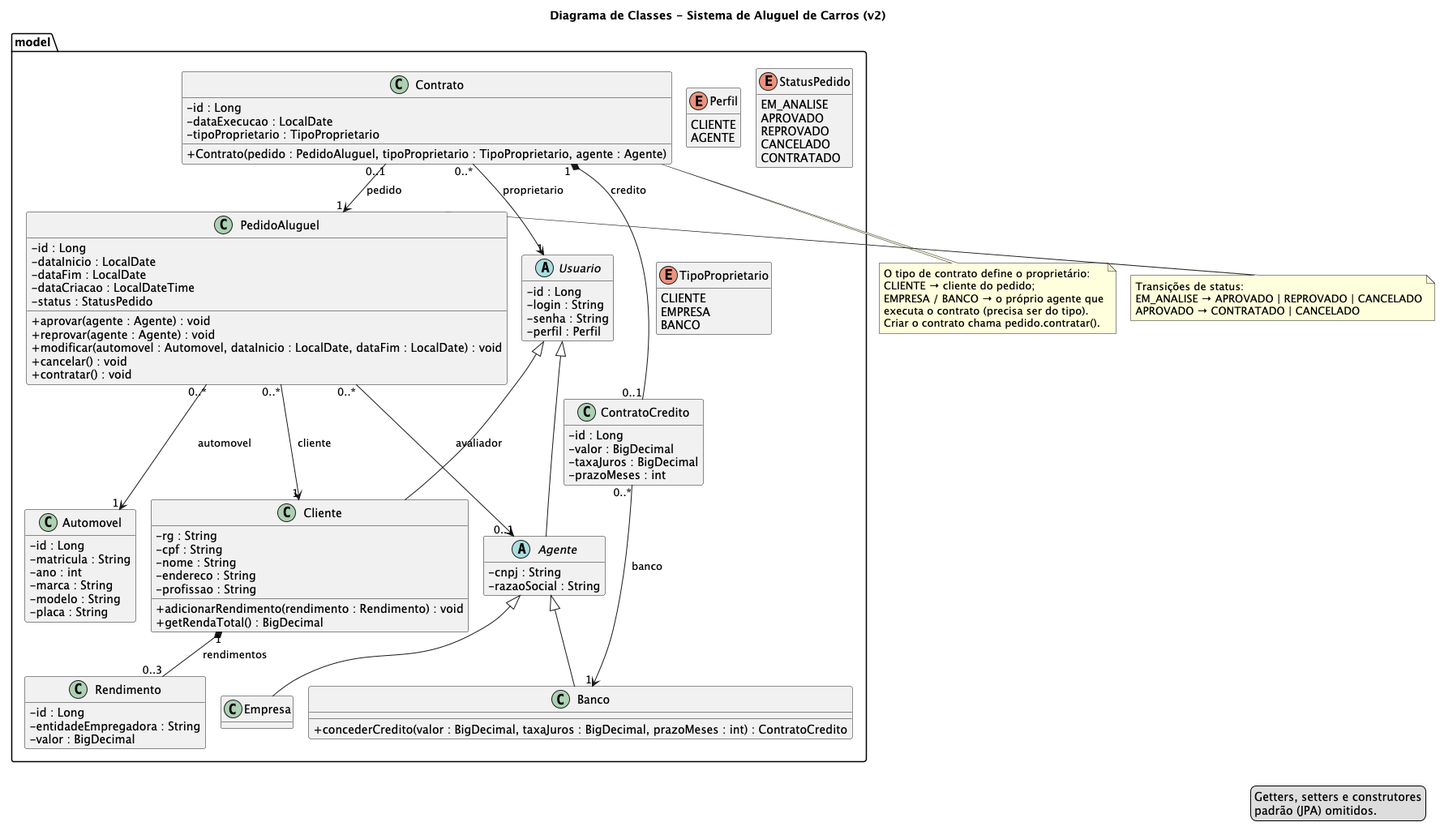
The PlantUML diagram docs/diagramas/classes/v2/diagramav2-classes-uml.png in sophiafernandesc/car-rental-system, before a commit. Source of this version:
```plantuml
@startuml classes
!pragma layout smetana

title Diagrama de Classes - Sistema de Aluguel de Carros (v2)

skinparam classAttributeIconSize 0
hide empty methods

package "model" {

  abstract class Usuario {
    - id : Long
    - login : String
    - senha : String
    - perfil : Perfil
  }

  enum Perfil {
    CLIENTE
    AGENTE
  }

  class Cliente {
    - rg : String
    - cpf : String
    - nome : String
    - endereco : String
    - profissao : String
    + adicionarRendimento(rendimento : Rendimento) : void
    + getRendaTotal() : BigDecimal
  }

  class Rendimento {
    - id : Long
    - entidadeEmpregadora : String
    - valor : BigDecimal
  }

  abstract class Agente {
    - cnpj : String
    - razaoSocial : String
  }

  class Empresa

  class Banco {
    + concederCredito(valor : BigDecimal, taxaJuros : BigDecimal, prazoMeses : int) : ContratoCredito
  }

  class Automovel {
    - id : Long
    - matricula : String
    - ano : int
    - marca : String
    - modelo : String
    - placa : String
  }

  class PedidoAluguel {
    - id : Long
    - dataInicio : LocalDate
    - dataFim : LocalDate
    - dataCriacao : LocalDateTime
    - status : StatusPedido
    + aprovar(agente : Agente) : void
    + reprovar(agente : Agente) : void
    + modificar(automovel : Automovel, dataInicio : LocalDate, dataFim : LocalDate) : void
    + cancelar() : void
    + contratar() : void
  }

  enum StatusPedido {
    EM_ANALISE
    APROVADO
    REPROVADO
    CANCELADO
    CONTRATADO
  }

  class Contrato {
    - id : Long
    - dataExecucao : LocalDate
    - tipoProprietario : TipoProprietario
    + Contrato(pedido : PedidoAluguel, tipoProprietario : TipoProprietario, agente : Agente)
  }

  enum TipoProprietario {
    CLIENTE
    EMPRESA
    BANCO
  }

  class ContratoCredito {
    - id : Long
    - valor : BigDecimal
    - taxaJuros : BigDecimal
    - prazoMeses : int
  }
}

Usuario <|-- Cliente
Usuario <|-- Agente
Agente <|-- Empresa
Agente <|-- Banco

Cliente "1" *-- "0..3" Rendimento : rendimentos
PedidoAluguel "0..*" --> "1" Cliente : cliente
PedidoAluguel "0..*" --> "1" Automovel : automovel
PedidoAluguel "0..*" --> "0..1" Agente : avaliador
Contrato "0..1" --> "1" PedidoAluguel : pedido
Contrato "1" *-- "0..1" ContratoCredito : credito
Contrato "0..*" --> "1" Usuario : proprietario
ContratoCredito "0..*" --> "1" Banco : banco

note bottom of Contrato
  O tipo de contrato define o proprietário:
  CLIENTE → cliente do pedido;
  EMPRESA / BANCO → o próprio agente que
  executa o contrato (precisa ser do tipo).
  Criar o contrato chama pedido.contratar().
end note

note right of PedidoAluguel
  Transições de status:
  EM_ANALISE → APROVADO | REPROVADO | CANCELADO
  APROVADO → CONTRATADO | CANCELADO
end note

legend right
  Getters, setters e construtores
  padrão (JPA) omitidos.
endlegend

@enduml
```
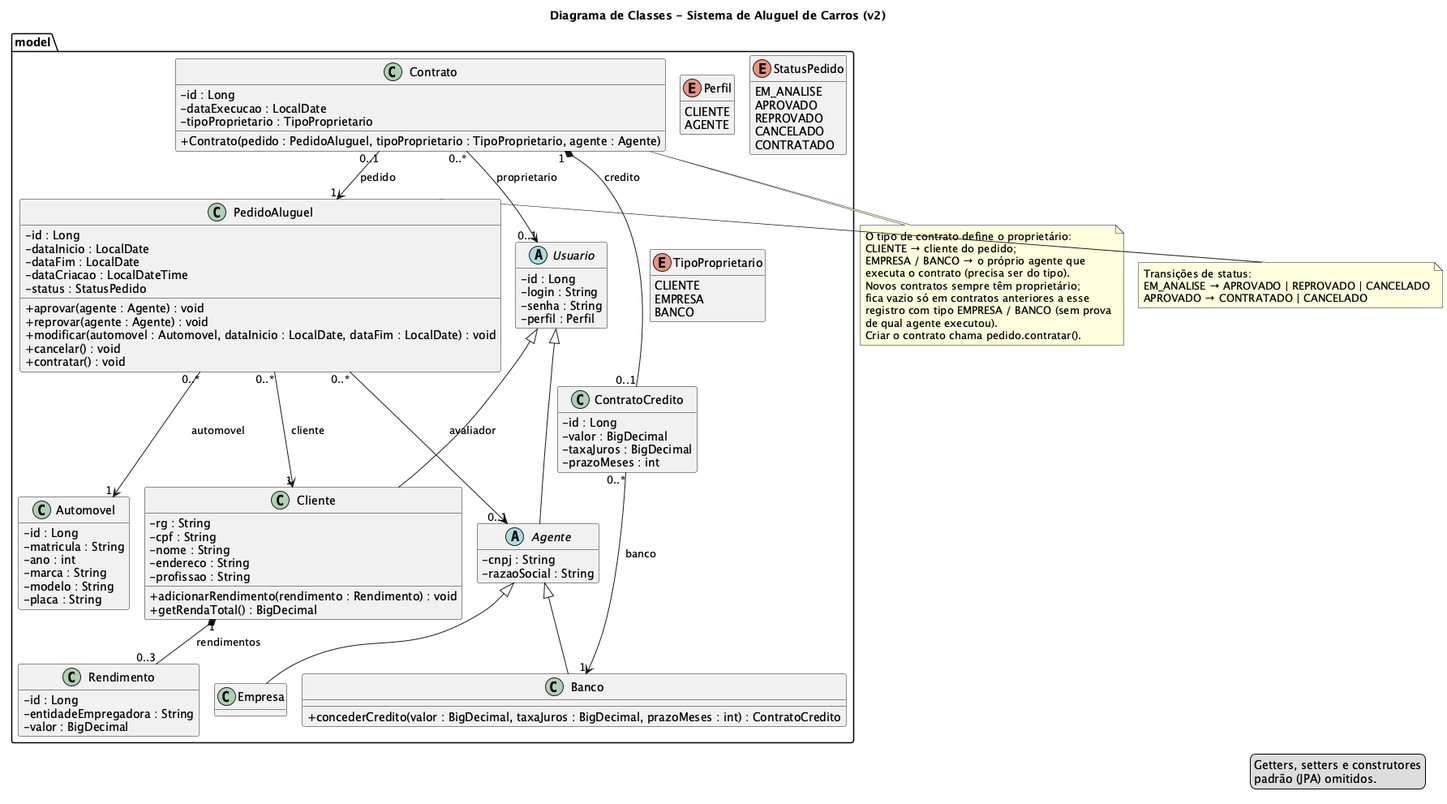
The same file after the commit.

Commit message:
docs: reexporta diagrama de classes v2 com proprietário 0..1

Change to the diagram source:
```diff
@@ -109,7 +109,7 @@
 PedidoAluguel "0..*" --> "0..1" Agente : avaliador
 Contrato "0..1" --> "1" PedidoAluguel : pedido
 Contrato "1" *-- "0..1" ContratoCredito : credito
-Contrato "0..*" --> "1" Usuario : proprietario
+Contrato "0..*" --> "0..1" Usuario : proprietario
 ContratoCredito "0..*" --> "1" Banco : banco
 
 note bottom of Contrato
@@ -117,6 +117,10 @@
   CLIENTE → cliente do pedido;
   EMPRESA / BANCO → o próprio agente que
   executa o contrato (precisa ser do tipo).
+  Novos contratos sempre têm proprietário;
+  fica vazio só em contratos anteriores a esse
+  registro com tipo EMPRESA / BANCO (sem prova
+  de qual agente executou).
   Criar o contrato chama pedido.contratar().
 end note
 
```
